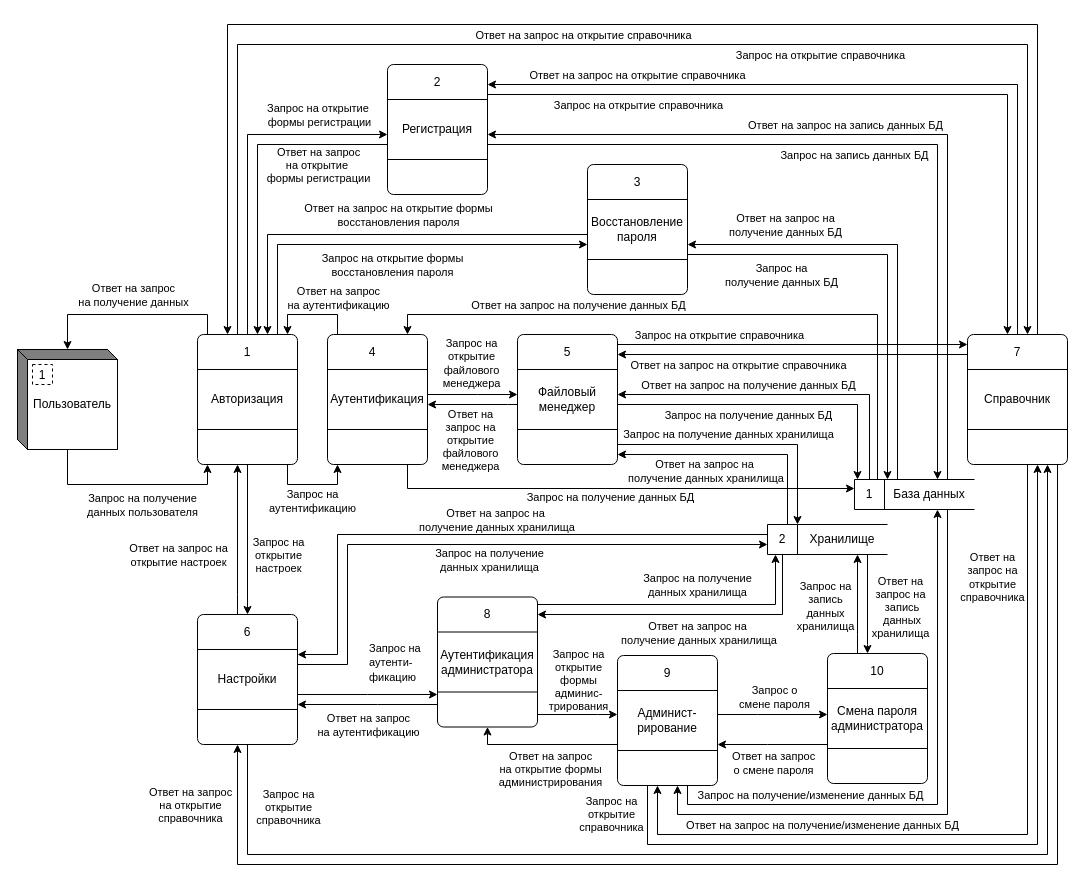
The draw.io diagram Documents/DFD2.drawio in ReyRom/VortexFile, before the edit. Source tidied: cells renumbered, new cells numbered last; positions are measured from the earlier drawing's top-left corner, leaving out a move shared by most shapes. Both pictures are drawn from the tidied source at 100%, with x=0, y=0 at pixel (17, 24).
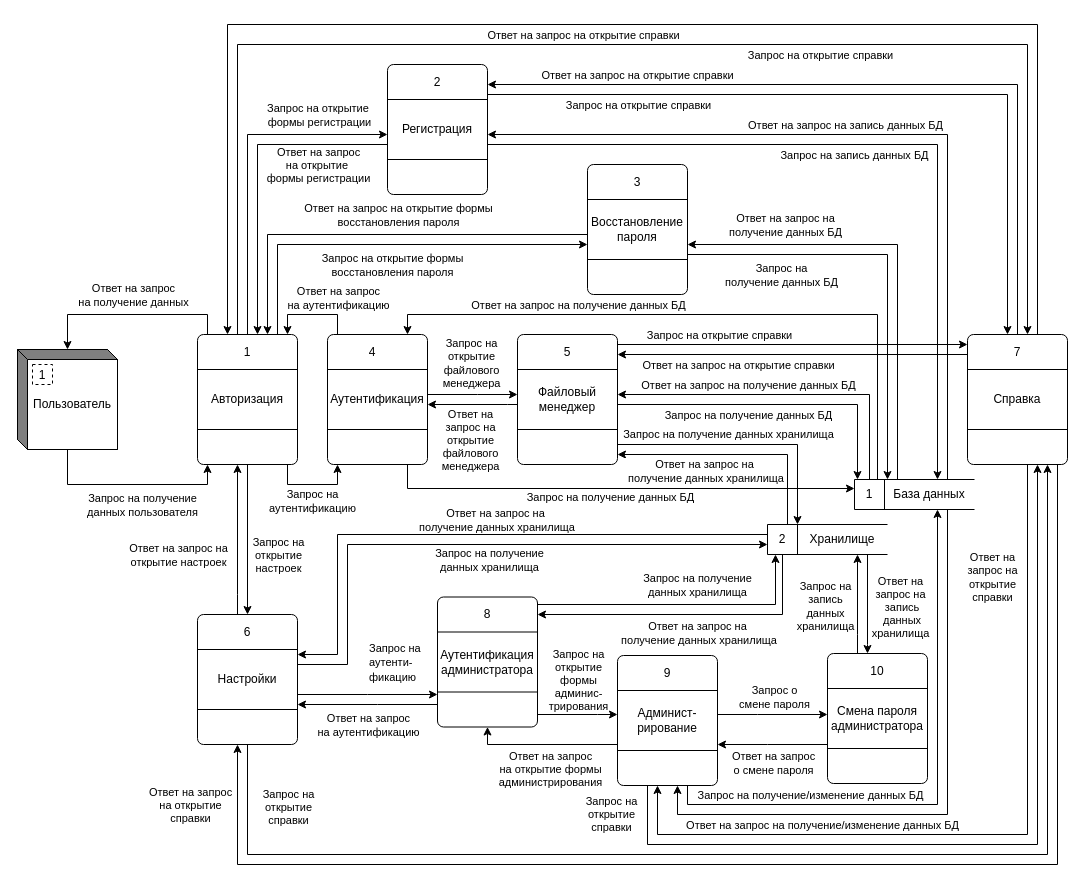
After the change.

Unchanged cells that the change refers to:
```xml
<mxCell id="41" style="group;" parent="1" vertex="1">
  <mxGeometry x="950" y="310" width="100" height="130" as="geometry" />
</mxCell>
<mxCell id="57" style="edgeStyle=orthogonalEdgeStyle;rounded=0;jettySize=auto;html=1;" parent="1" edge="1" source="6" target="42">
  <mxGeometry relative="1" as="geometry">
    <Array as="points">
      <mxPoint x="220" y="20" />
      <mxPoint x="1010" y="20" />
    </Array>
  </mxGeometry>
</mxCell>
<mxCell id="108" style="edgeStyle=orthogonalEdgeStyle;rounded=0;jettySize=auto;html=1;" parent="1" edge="1" source="38" target="42">
  <mxGeometry relative="1" as="geometry">
    <Array as="points">
      <mxPoint x="230" y="830" />
      <mxPoint x="1030" y="830" />
    </Array>
  </mxGeometry>
</mxCell>
<mxCell id="110" style="edgeStyle=orthogonalEdgeStyle;rounded=0;jettySize=auto;html=1;" parent="1" edge="1" source="46" target="42">
  <mxGeometry relative="1" as="geometry">
    <Array as="points">
      <mxPoint x="630" y="820" />
      <mxPoint x="1020" y="820" />
    </Array>
  </mxGeometry>
</mxCell>
<mxCell id="112" style="edgeStyle=orthogonalEdgeStyle;rounded=0;jettySize=auto;html=1;" parent="1" edge="1" source="34" target="42">
  <mxGeometry relative="1" as="geometry">
    <Array as="points">
      <mxPoint x="880" y="320" />
      <mxPoint x="880" y="320" />
    </Array>
  </mxGeometry>
</mxCell>
<mxCell id="114" style="edgeStyle=orthogonalEdgeStyle;rounded=0;jettySize=auto;html=1;" parent="1" edge="1" source="22" target="42">
  <mxGeometry relative="1" as="geometry">
    <Array as="points">
      <mxPoint x="990" y="70" />
    </Array>
  </mxGeometry>
</mxCell>
<mxCell id="122" style="edgeStyle=orthogonalEdgeStyle;rounded=0;jettySize=auto;html=1;" parent="1" edge="1" source="42" target="38">
  <mxGeometry relative="1" as="geometry">
    <Array as="points">
      <mxPoint x="1040" y="840" />
      <mxPoint x="220" y="840" />
    </Array>
  </mxGeometry>
</mxCell>
<mxCell id="124" style="edgeStyle=orthogonalEdgeStyle;rounded=0;jettySize=auto;html=1;" parent="1" edge="1" source="42" target="46">
  <mxGeometry relative="1" as="geometry">
    <Array as="points">
      <mxPoint x="1010" y="810" />
      <mxPoint x="640" y="810" />
    </Array>
  </mxGeometry>
</mxCell>
<mxCell id="126" style="edgeStyle=orthogonalEdgeStyle;rounded=0;jettySize=auto;html=1;" parent="1" edge="1" source="42" target="6">
  <mxGeometry relative="1" as="geometry">
    <Array as="points">
      <mxPoint x="1020" />
      <mxPoint x="210" />
    </Array>
  </mxGeometry>
</mxCell>
<mxCell id="128" style="edgeStyle=orthogonalEdgeStyle;rounded=0;jettySize=auto;html=1;" parent="1" edge="1" source="44" target="22">
  <mxGeometry relative="1" as="geometry">
    <Array as="points">
      <mxPoint x="1000" y="60" />
    </Array>
  </mxGeometry>
</mxCell>
<mxCell id="130" style="edgeStyle=orthogonalEdgeStyle;rounded=0;jettySize=auto;html=1;" parent="1" edge="1" source="42" target="34">
  <mxGeometry relative="1" as="geometry">
    <Array as="points">
      <mxPoint x="860" y="330" />
      <mxPoint x="860" y="330" />
    </Array>
  </mxGeometry>
</mxCell>
```

Change to the diagram source:
```diff
@@
-    <mxCell id="43" value="Справочник" style="rounded=0;whiteSpace=wrap;html=1;" parent="41" vertex="1">
+    <mxCell id="43" value="Справка" style="rounded=0;whiteSpace=wrap;html=1;" parent="41" vertex="1">
       <mxGeometry y="35" width="100" height="60" as="geometry" />
     </mxCell>
@@
-    <mxCell id="58" value="Запрос на открытие справочника" style="edgeLabel;html=1;align=center;verticalAlign=middle;" parent="57" vertex="1">
+    <mxCell id="58" value="Запрос на открытие справки" style="edgeLabel;html=1;align=center;verticalAlign=middle;" parent="57" vertex="1">
       <mxGeometry x="-0.33" y="1" relative="1" as="geometry">
         <mxPoint x="413" y="11" as="offset" />
       </mxGeometry>
     </mxCell>
@@
-    <mxCell id="109" value="Запрос на &lt;br&gt;открытие &lt;br&gt;справочника" style="edgeLabel;html=1;align=center;verticalAlign=middle;" parent="108" vertex="1">
+    <mxCell id="109" value="Запрос на &lt;br&gt;открытие &lt;br&gt;справки" style="edgeLabel;html=1;align=center;verticalAlign=middle;" parent="108" vertex="1">
       <mxGeometry x="0.86" y="1" relative="1" as="geometry">
         <mxPoint x="-759" y="251" as="offset" />
       </mxGeometry>
     </mxCell>
@@
-    <mxCell id="111" value="Запрос на &lt;br&gt;открытие &lt;br&gt;справочника" style="edgeLabel;html=1;align=center;verticalAlign=middle;" parent="110" vertex="1">
+    <mxCell id="111" value="Запрос на &lt;br&gt;открытие &lt;br&gt;справки" style="edgeLabel;html=1;align=center;verticalAlign=middle;" parent="110" vertex="1">
       <mxGeometry x="0.92" y="-2" relative="1" as="geometry">
         <mxPoint x="-429" y="316" as="offset" />
       </mxGeometry>
     </mxCell>
@@
-    <mxCell id="113" value="Запрос на открытие справочника" style="edgeLabel;html=1;align=center;verticalAlign=middle;" parent="112" vertex="1">
+    <mxCell id="113" value="Запрос на открытие справки" style="edgeLabel;html=1;align=center;verticalAlign=middle;" parent="112" vertex="1">
       <mxGeometry x="-0.28" y="1" relative="1" as="geometry">
         <mxPoint x="-25" y="-9" as="offset" />
       </mxGeometry>
     </mxCell>
@@
-    <mxCell id="115" value="Запрос на открытие справочника" style="edgeLabel;html=1;align=center;verticalAlign=middle;" parent="114" vertex="1">
+    <mxCell id="115" value="Запрос на открытие справки" style="edgeLabel;html=1;align=center;verticalAlign=middle;" parent="114" vertex="1">
       <mxGeometry x="0.29" y="-1" relative="1" as="geometry">
         <mxPoint x="-340" y="9" as="offset" />
       </mxGeometry>
     </mxCell>
@@
-    <mxCell id="123" value="Ответ на запрос &lt;br&gt;на открытие &lt;br&gt;справочника" style="edgeLabel;html=1;align=center;verticalAlign=middle;" parent="122" vertex="1">
+    <mxCell id="123" value="Ответ на запрос &lt;br&gt;на открытие &lt;br&gt;справки" style="edgeLabel;html=1;align=center;verticalAlign=middle;" parent="122" vertex="1">
       <mxGeometry x="-0.27" relative="1" as="geometry">
         <mxPoint x="-779" y="-60" as="offset" />
       </mxGeometry>
     </mxCell>
@@
-    <mxCell id="125" value="Ответ на &lt;br&gt;запрос на &lt;br&gt;открытие &lt;br&gt;справочника" style="edgeLabel;html=1;align=center;verticalAlign=middle;" parent="124" vertex="1">
+    <mxCell id="125" value="Ответ на &lt;br&gt;запрос на &lt;br&gt;открытие &lt;br&gt;справки" style="edgeLabel;html=1;align=center;verticalAlign=middle;" parent="124" vertex="1">
       <mxGeometry x="-0.91" y="-2" relative="1" as="geometry">
         <mxPoint x="-34" y="76" as="offset" />
       </mxGeometry>
     </mxCell>
@@
-    <mxCell id="127" value="Ответ на запрос на открытие справочника" style="edgeLabel;html=1;align=center;verticalAlign=middle;" parent="126" vertex="1">
+    <mxCell id="127" value="Ответ на запрос на открытие справки" style="edgeLabel;html=1;align=center;verticalAlign=middle;" parent="126" vertex="1">
       <mxGeometry x="0.29" y="4" relative="1" as="geometry">
         <mxPoint x="157" y="6" as="offset" />
       </mxGeometry>
     </mxCell>
@@
-    <mxCell id="129" value="Ответ на запрос на открытие справочника" style="edgeLabel;html=1;align=center;verticalAlign=middle;" parent="128" vertex="1">
+    <mxCell id="129" value="Ответ на запрос на открытие справки" style="edgeLabel;html=1;align=center;verticalAlign=middle;" parent="128" vertex="1">
       <mxGeometry x="-0.23" y="-1" relative="1" as="geometry">
         <mxPoint x="-331" y="-9" as="offset" />
       </mxGeometry>
     </mxCell>
@@
-    <mxCell id="131" value="Ответ на запрос на открытие справочника" style="edgeLabel;html=1;align=center;verticalAlign=middle;" parent="130" vertex="1">
+    <mxCell id="131" value="Ответ на запрос на открытие справки" style="edgeLabel;html=1;align=center;verticalAlign=middle;" parent="130" vertex="1">
       <mxGeometry x="0.27" y="3" relative="1" as="geometry">
         <mxPoint x="-8" y="7" as="offset" />
       </mxGeometry>
     </mxCell>
```
